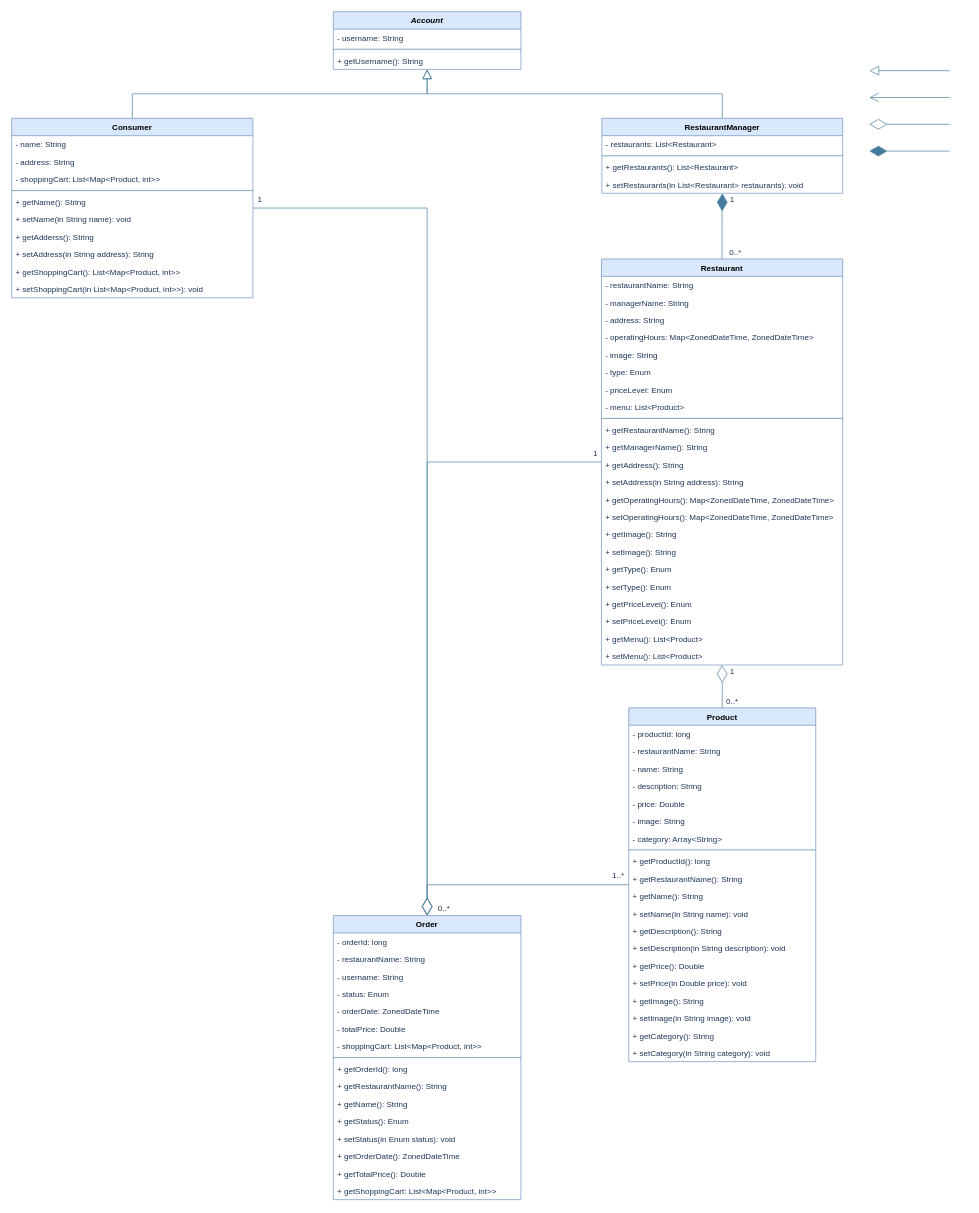
Above: UML/AWA_UML_Class.drawio in AWAProjectT35/awa-documentation (draw.io), before the change. Source tidied: cells renumbered, new cells numbered last; positions are measured from the earlier drawing's top-left corner, leaving out a move shared by most shapes. Both pictures are drawn from the tidied source at 67%, with x=0, y=0 at pixel (11, 11).
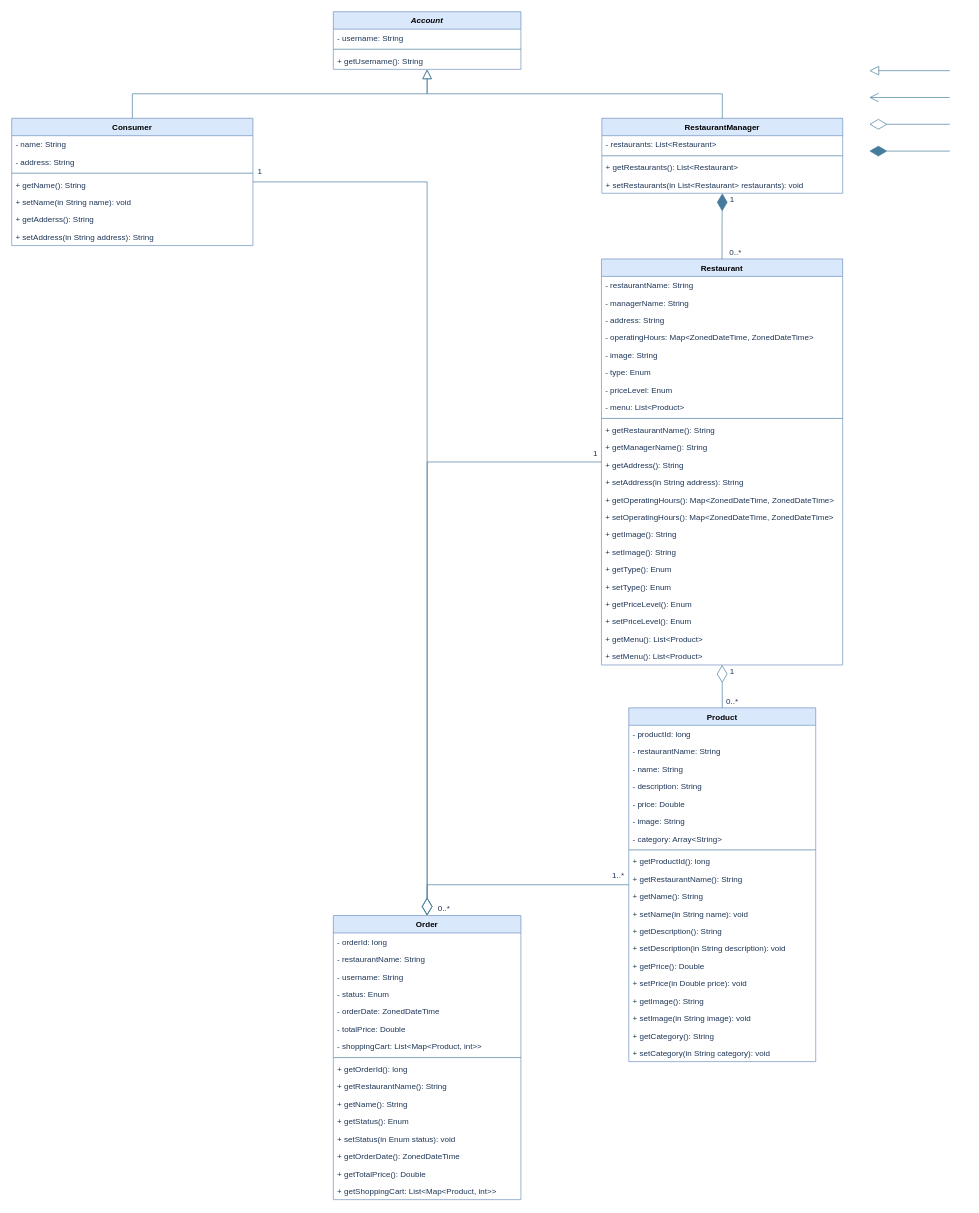
The same page after the edit.

Commit message:
shopping cart is not stored in backend or database

The edit, as a diff of the source:
```diff
@@
     <mxCell id="7" value="Consumer" style="swimlane;fontStyle=1;align=center;verticalAlign=top;horizontal=1;startSize=26;rounded=0;shadow=0;glass=0;labelBorderColor=none;strokeColor=#6c8ebf;fillColor=#dae8fc;" parent="1" vertex="1">
-      <mxGeometry y="159" width="360" height="268" as="geometry" />
+      <mxGeometry y="159" width="360" height="190" as="geometry" />
     </mxCell>
@@
-    <mxCell id="10" value="- shoppingCart: List&lt;Map&lt;Product, int&gt;&gt;" style="text;strokeColor=none;fillColor=none;align=left;verticalAlign=top;spacingLeft=4;spacingRight=4;overflow=hidden;rounded=0;shadow=0;glass=0;labelBorderColor=none;fontColor=#1D3557;" parent="7" vertex="1">
-      <mxGeometry y="78" width="360" height="26" as="geometry" />
-    </mxCell>
     <mxCell id="11" style="line;strokeWidth=1;fillColor=none;align=left;verticalAlign=middle;spacingTop=-1;spacingLeft=3;spacingRight=3;labelPosition=right;rounded=0;shadow=0;glass=0;labelBorderColor=none;strokeColor=#457B9D;fontColor=#1D3557;labelBackgroundColor=#F1FAEE;" parent="7" vertex="1">
-      <mxGeometry y="104" width="360" height="8" as="geometry" />
+      <mxGeometry y="78" width="360" height="8" as="geometry" />
     </mxCell>
     <mxCell id="12" value="+ getName(): String" style="text;strokeColor=none;fillColor=none;align=left;verticalAlign=top;spacingLeft=4;spacingRight=4;overflow=hidden;rounded=0;shadow=0;glass=0;labelBorderColor=none;fontColor=#1D3557;" parent="7" vertex="1">
-      <mxGeometry y="112" width="360" height="26" as="geometry" />
+      <mxGeometry y="86" width="360" height="26" as="geometry" />
     </mxCell>
     <mxCell id="13" value="+ setName(in String name): void" style="text;strokeColor=none;fillColor=none;align=left;verticalAlign=top;spacingLeft=4;spacingRight=4;overflow=hidden;rounded=0;shadow=0;glass=0;labelBorderColor=none;fontColor=#1D3557;" parent="7" vertex="1">
-      <mxGeometry y="138" width="360" height="26" as="geometry" />
+      <mxGeometry y="112" width="360" height="26" as="geometry" />
     </mxCell>
     <mxCell id="14" value="+ getAdderss(): String" style="text;strokeColor=none;fillColor=none;align=left;verticalAlign=top;spacingLeft=4;spacingRight=4;overflow=hidden;rounded=0;shadow=0;glass=0;labelBorderColor=none;fontColor=#1D3557;" parent="7" vertex="1">
-      <mxGeometry y="164" width="360" height="26" as="geometry" />
+      <mxGeometry y="138" width="360" height="26" as="geometry" />
     </mxCell>
     <mxCell id="15" value="+ setAddress(in String address): String" style="text;strokeColor=none;fillColor=none;align=left;verticalAlign=top;spacingLeft=4;spacingRight=4;overflow=hidden;rounded=0;shadow=0;glass=0;labelBorderColor=none;fontColor=#1D3557;" parent="7" vertex="1">
-      <mxGeometry y="190" width="360" height="26" as="geometry" />
+      <mxGeometry y="164" width="360" height="26" as="geometry" />
     </mxCell>
-    <mxCell id="16" value="+ getShoppingCart(): List&lt;Map&lt;Product, int&gt;&gt;" style="text;strokeColor=none;fillColor=none;align=left;verticalAlign=top;spacingLeft=4;spacingRight=4;overflow=hidden;rounded=0;shadow=0;glass=0;labelBorderColor=none;fontColor=#1D3557;" parent="7" vertex="1">
-      <mxGeometry y="216" width="360" height="26" as="geometry" />
-    </mxCell>
-    <mxCell id="17" value="+ setShoppingCart(in List&lt;Map&lt;Product, int&gt;&gt;): void" style="text;strokeColor=none;fillColor=none;align=left;verticalAlign=top;spacingLeft=4;spacingRight=4;overflow=hidden;rounded=0;shadow=0;glass=0;labelBorderColor=none;fontColor=#1D3557;" parent="7" vertex="1">
-      <mxGeometry y="242" width="360" height="26" as="geometry" />
-    </mxCell>
@@
     <mxCell id="95" value="1" style="text;html=1;align=center;verticalAlign=middle;strokeColor=none;fillColor=none;fontColor=#1D3557;" parent="1" vertex="1">
-      <mxGeometry x="360" y="271" width="20" height="20" as="geometry" />
+      <mxGeometry x="360" y="229" width="20" height="20" as="geometry" />
     </mxCell>
```
